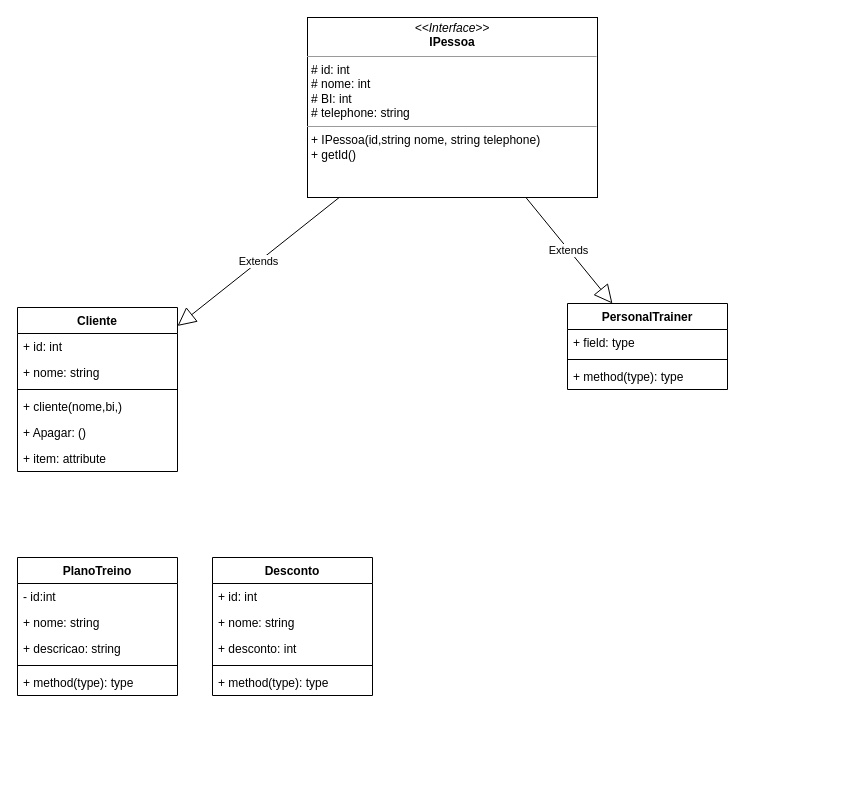
Before: page "Class" (2 of 2) of diagrams/UCase.drawio in bosshentai/ginasio, a draw.io diagram. Source tidied: cells renumbered, new cells numbered last; positions are measured from the earlier drawing's top-left corner, leaving out a move shared by most shapes. Both pictures are drawn from the tidied source at 100%, with x=0, y=0 at pixel (17, 17).
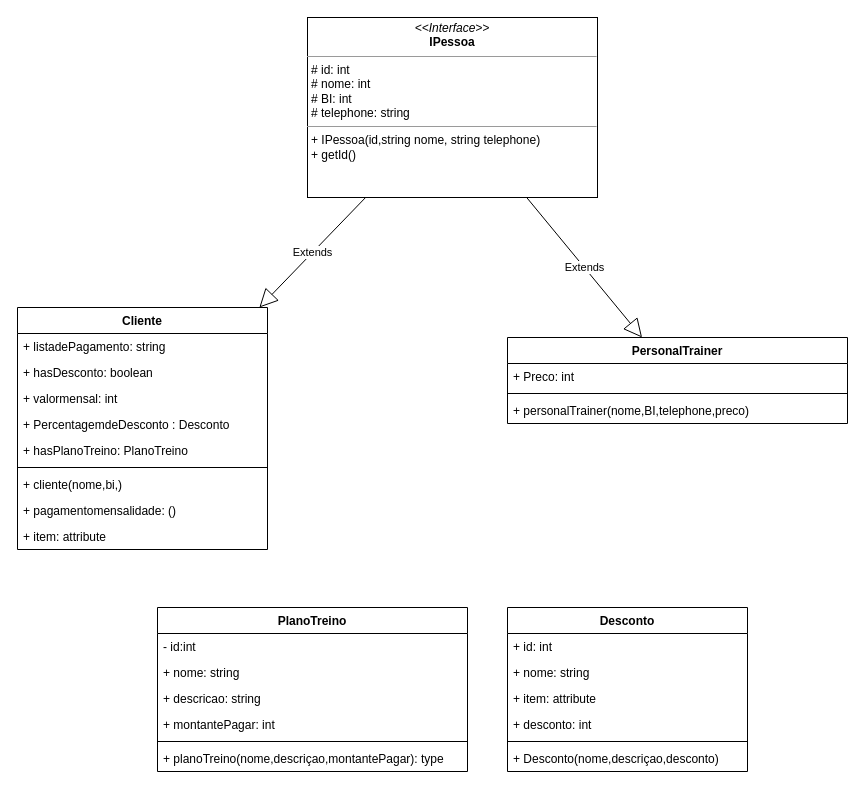
The same diagram, later.

Commit message:
add in the class diagram     -Cliente     -PersonalTrainer     -Desconto     -PlanoTreino add Interface     -Pessoa

Change to the diagram source:
```diff
@@
     <mxCell id="3" value="Cliente" style="swimlane;fontStyle=1;align=center;verticalAlign=top;horizontal=1;startSize=26;" parent="1" vertex="1">
-      <mxGeometry y="290" width="160" height="164" as="geometry" />
+      <mxGeometry y="290" width="250" height="242" as="geometry" />
     </mxCell>
+    <mxCell id="28" value="+ listadePagamento: string" style="text;strokeColor=none;fillColor=none;align=left;verticalAlign=top;spacingLeft=4;spacingRight=4;overflow=hidden;" parent="3" vertex="1">
+      <mxGeometry y="26" width="250" height="26" as="geometry" />
+    </mxCell>
+    <mxCell id="29" value="+ hasDesconto: boolean" style="text;strokeColor=none;fillColor=none;align=left;verticalAlign=top;spacingLeft=4;spacingRight=4;overflow=hidden;" parent="3" vertex="1">
+      <mxGeometry y="52" width="250" height="26" as="geometry" />
+    </mxCell>
-    <mxCell id="4" value="+ id: int" style="text;strokeColor=none;fillColor=none;align=left;verticalAlign=top;spacingLeft=4;spacingRight=4;overflow=hidden;" parent="3" vertex="1">
-      <mxGeometry y="26" width="160" height="26" as="geometry" />
+    <mxCell id="4" value="+ valormensal: int" style="text;strokeColor=none;fillColor=none;align=left;verticalAlign=top;spacingLeft=4;spacingRight=4;overflow=hidden;" parent="3" vertex="1">
+      <mxGeometry y="78" width="250" height="26" as="geometry" />
     </mxCell>
-    <mxCell id="5" value="+ nome: string" style="text;strokeColor=none;fillColor=none;align=left;verticalAlign=top;spacingLeft=4;spacingRight=4;overflow=hidden;" parent="3" vertex="1">
-      <mxGeometry y="52" width="160" height="26" as="geometry" />
-    </mxCell>
+    <mxCell id="30" value="+ PercentagemdeDesconto : Desconto" style="text;strokeColor=none;fillColor=none;align=left;verticalAlign=top;spacingLeft=4;spacingRight=4;overflow=hidden;" parent="3" vertex="1">
+      <mxGeometry y="104" width="250" height="26" as="geometry" />
+    </mxCell>
+    <mxCell id="31" value="+ hasPlanoTreino: PlanoTreino" style="text;strokeColor=none;fillColor=none;align=left;verticalAlign=top;spacingLeft=4;spacingRight=4;overflow=hidden;" parent="3" vertex="1">
+      <mxGeometry y="130" width="250" height="26" as="geometry" />
+    </mxCell>
     <mxCell id="6" style="line;strokeWidth=1;fillColor=none;align=left;verticalAlign=middle;spacingTop=-1;spacingLeft=3;spacingRight=3;labelPosition=right;" parent="3" vertex="1">
-      <mxGeometry y="78" width="160" height="8" as="geometry" />
+      <mxGeometry y="156" width="250" height="8" as="geometry" />
     </mxCell>
     <mxCell id="7" value="+ cliente(nome,bi,) " style="text;strokeColor=none;fillColor=none;align=left;verticalAlign=top;spacingLeft=4;spacingRight=4;overflow=hidden;" parent="3" vertex="1">
-      <mxGeometry y="86" width="160" height="26" as="geometry" />
+      <mxGeometry y="164" width="250" height="26" as="geometry" />
     </mxCell>
-    <mxCell id="8" value="+ Apagar: ()" style="text;strokeColor=none;fillColor=none;align=left;verticalAlign=top;spacingLeft=4;spacingRight=4;overflow=hidden;" parent="3" vertex="1">
-      <mxGeometry y="112" width="160" height="26" as="geometry" />
+    <mxCell id="8" value="+ pagamentomensalidade: ()" style="text;strokeColor=none;fillColor=none;align=left;verticalAlign=top;spacingLeft=4;spacingRight=4;overflow=hidden;" parent="3" vertex="1">
+      <mxGeometry y="190" width="250" height="26" as="geometry" />
     </mxCell>
     <mxCell id="9" value="+ item: attribute" style="text;strokeColor=none;fillColor=none;align=left;verticalAlign=top;spacingLeft=4;spacingRight=4;overflow=hidden;" parent="3" vertex="1">
-      <mxGeometry y="138" width="160" height="26" as="geometry" />
+      <mxGeometry y="216" width="250" height="26" as="geometry" />
     </mxCell>
     <mxCell id="10" value="PersonalTrainer" style="swimlane;fontStyle=1;align=center;verticalAlign=top;horizontal=1;startSize=26;" parent="1" vertex="1">
-      <mxGeometry x="550" y="286" width="160" height="86" as="geometry" />
+      <mxGeometry x="490" y="320" width="340" height="86" as="geometry" />
     </mxCell>
-    <mxCell id="11" value="+ field: type" style="text;strokeColor=none;fillColor=none;align=left;verticalAlign=top;spacingLeft=4;spacingRight=4;overflow=hidden;" parent="10" vertex="1">
-      <mxGeometry y="26" width="160" height="26" as="geometry" />
+    <mxCell id="11" value="+ Preco: int" style="text;strokeColor=none;fillColor=none;align=left;verticalAlign=top;spacingLeft=4;spacingRight=4;overflow=hidden;" parent="10" vertex="1">
+      <mxGeometry y="26" width="340" height="26" as="geometry" />
     </mxCell>
     <mxCell id="12" style="line;strokeWidth=1;fillColor=none;align=left;verticalAlign=middle;spacingTop=-1;spacingLeft=3;spacingRight=3;labelPosition=right;" parent="10" vertex="1">
-      <mxGeometry y="52" width="160" height="8" as="geometry" />
+      <mxGeometry y="52" width="340" height="8" as="geometry" />
     </mxCell>
-    <mxCell id="13" value="+ method(type): type" style="text;strokeColor=none;fillColor=none;align=left;verticalAlign=top;spacingLeft=4;spacingRight=4;overflow=hidden;" parent="10" vertex="1">
-      <mxGeometry y="60" width="160" height="26" as="geometry" />
+    <mxCell id="13" value="+ personalTrainer(nome,BI,telephone,preco)" style="text;strokeColor=none;fillColor=none;align=left;verticalAlign=top;spacingLeft=4;spacingRight=4;overflow=hidden;" parent="10" vertex="1">
+      <mxGeometry y="60" width="340" height="26" as="geometry" />
     </mxCell>
@@
     <mxCell id="16" value="PlanoTreino" style="swimlane;fontStyle=1;align=center;verticalAlign=top;horizontal=1;startSize=26;" parent="1" vertex="1">
-      <mxGeometry y="540" width="160" height="138" as="geometry" />
+      <mxGeometry x="140" y="590" width="310" height="164" as="geometry" />
     </mxCell>
     <mxCell id="17" value="- id:int" style="text;strokeColor=none;fillColor=none;align=left;verticalAlign=top;spacingLeft=4;spacingRight=4;overflow=hidden;" parent="16" vertex="1">
-      <mxGeometry y="26" width="160" height="26" as="geometry" />
+      <mxGeometry y="26" width="310" height="26" as="geometry" />
     </mxCell>
     <mxCell id="18" value="+ nome: string" style="text;strokeColor=none;fillColor=none;align=left;verticalAlign=top;spacingLeft=4;spacingRight=4;overflow=hidden;" parent="16" vertex="1">
-      <mxGeometry y="52" width="160" height="26" as="geometry" />
+      <mxGeometry y="52" width="310" height="26" as="geometry" />
     </mxCell>
     <mxCell id="19" value="+ descricao: string" style="text;strokeColor=none;fillColor=none;align=left;verticalAlign=top;spacingLeft=4;spacingRight=4;overflow=hidden;" parent="16" vertex="1">
-      <mxGeometry y="78" width="160" height="26" as="geometry" />
+      <mxGeometry y="78" width="310" height="26" as="geometry" />
     </mxCell>
+    <mxCell id="32" value="+ montantePagar: int" style="text;strokeColor=none;fillColor=none;align=left;verticalAlign=top;spacingLeft=4;spacingRight=4;overflow=hidden;" parent="16" vertex="1">
+      <mxGeometry y="104" width="310" height="26" as="geometry" />
+    </mxCell>
     <mxCell id="20" style="line;strokeWidth=1;fillColor=none;align=left;verticalAlign=middle;spacingTop=-1;spacingLeft=3;spacingRight=3;labelPosition=right;" parent="16" vertex="1">
-      <mxGeometry y="104" width="160" height="8" as="geometry" />
+      <mxGeometry y="130" width="310" height="8" as="geometry" />
     </mxCell>
-    <mxCell id="21" value="+ method(type): type" style="text;strokeColor=none;fillColor=none;align=left;verticalAlign=top;spacingLeft=4;spacingRight=4;overflow=hidden;" parent="16" vertex="1">
-      <mxGeometry y="112" width="160" height="26" as="geometry" />
+    <mxCell id="21" value="+ planoTreino(nome,descriçao,montantePagar): type" style="text;strokeColor=none;fillColor=none;align=left;verticalAlign=top;spacingLeft=4;spacingRight=4;overflow=hidden;" parent="16" vertex="1">
+      <mxGeometry y="138" width="310" height="26" as="geometry" />
     </mxCell>
     <mxCell id="22" value="Desconto" style="swimlane;fontStyle=1;align=center;verticalAlign=top;horizontal=1;startSize=26;" parent="1" vertex="1">
-      <mxGeometry x="195" y="540" width="160" height="138" as="geometry" />
+      <mxGeometry x="490" y="590" width="240" height="164" as="geometry" />
     </mxCell>
     <mxCell id="23" value="+ id: int" style="text;strokeColor=none;fillColor=none;align=left;verticalAlign=top;spacingLeft=4;spacingRight=4;overflow=hidden;" parent="22" vertex="1">
-      <mxGeometry y="26" width="160" height="26" as="geometry" />
+      <mxGeometry y="26" width="240" height="26" as="geometry" />
     </mxCell>
     <mxCell id="24" value="+ nome: string" style="text;strokeColor=none;fillColor=none;align=left;verticalAlign=top;spacingLeft=4;spacingRight=4;overflow=hidden;" parent="22" vertex="1">
-      <mxGeometry y="52" width="160" height="26" as="geometry" />
+      <mxGeometry y="52" width="240" height="26" as="geometry" />
     </mxCell>
+    <mxCell id="33" value="+ item: attribute" style="text;strokeColor=none;fillColor=none;align=left;verticalAlign=top;spacingLeft=4;spacingRight=4;overflow=hidden;" parent="22" vertex="1">
+      <mxGeometry y="78" width="240" height="26" as="geometry" />
+    </mxCell>
     <mxCell id="25" value="+ desconto: int" style="text;strokeColor=none;fillColor=none;align=left;verticalAlign=top;spacingLeft=4;spacingRight=4;overflow=hidden;" parent="22" vertex="1">
-      <mxGeometry y="78" width="160" height="26" as="geometry" />
+      <mxGeometry y="104" width="240" height="26" as="geometry" />
     </mxCell>
     <mxCell id="26" style="line;strokeWidth=1;fillColor=none;align=left;verticalAlign=middle;spacingTop=-1;spacingLeft=3;spacingRight=3;labelPosition=right;" parent="22" vertex="1">
-      <mxGeometry y="104" width="160" height="8" as="geometry" />
+      <mxGeometry y="130" width="240" height="8" as="geometry" />
     </mxCell>
-    <mxCell id="27" value="+ method(type): type" style="text;strokeColor=none;fillColor=none;align=left;verticalAlign=top;spacingLeft=4;spacingRight=4;overflow=hidden;" parent="22" vertex="1">
-      <mxGeometry y="112" width="160" height="26" as="geometry" />
+    <mxCell id="27" value="+ Desconto(nome,descriçao,desconto)" style="text;strokeColor=none;fillColor=none;align=left;verticalAlign=top;spacingLeft=4;spacingRight=4;overflow=hidden;" parent="22" vertex="1">
+      <mxGeometry y="138" width="240" height="26" as="geometry" />
     </mxCell>
```
